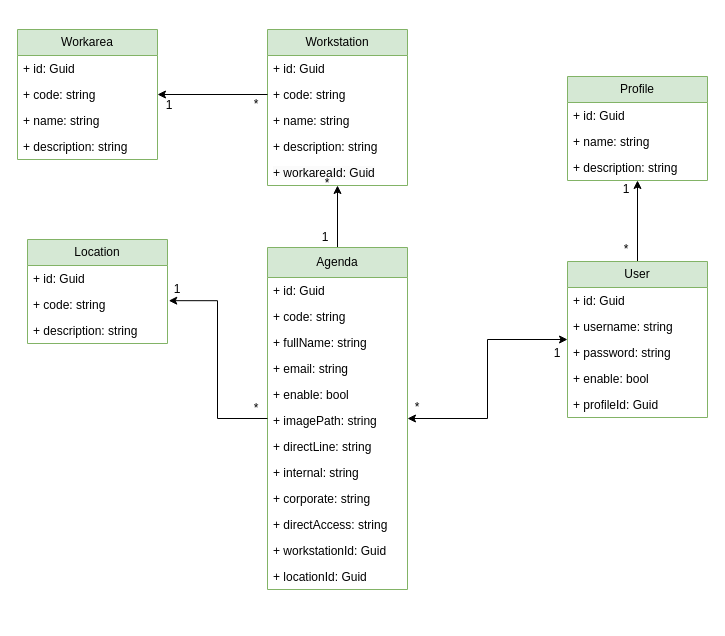
Before: src/MiasoftNanus.PhoneBook.Domain/PhoneBookModel.drawio in mabalderramav/MiasoftNanusPhoneBook, a draw.io diagram. Source tidied: cells renumbered, new cells numbered last; positions are measured from the earlier drawing's top-left corner, leaving out a move shared by most shapes. Both pictures are drawn from the tidied source at 100%, with x=0, y=0 at pixel (17, 29).
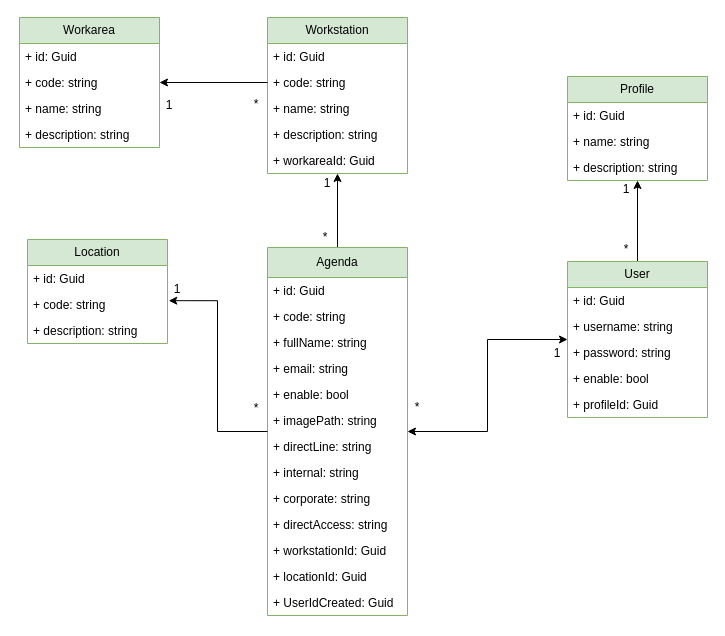
The same diagram, later.

The edit, as a diff of the source:
```diff
@@
     <mxCell id="3" value="Agenda" style="swimlane;fontStyle=0;horizontal=1;startSize=30;fillColor=#d5e8d4;whiteSpace=wrap;html=1;strokeColor=#82b366;" parent="1" vertex="1">
-      <mxGeometry x="250" y="218" width="140" height="342" as="geometry" />
+      <mxGeometry x="250" y="218" width="140" height="368" as="geometry" />
     </mxCell>
@@
+    <mxCell id="55" value="+ UserIdCreated: Guid" style="text;strokeColor=none;fillColor=none;align=left;verticalAlign=top;spacingLeft=4;spacingRight=4;overflow=hidden;whiteSpace=wrap;html=1;" parent="3" vertex="1">
+      <mxGeometry y="342" width="140" height="26" as="geometry" />
+    </mxCell>
     <mxCell id="16" value="Workarea" style="swimlane;fontStyle=0;horizontal=1;startSize=26;fillColor=#d5e8d4;whiteSpace=wrap;html=1;strokeColor=#82b366;" parent="1" vertex="1">
-      <mxGeometry width="140" height="130" as="geometry" />
+      <mxGeometry x="2" y="-12" width="140" height="130" as="geometry" />
     </mxCell>
@@
     <mxCell id="21" value="Workstation" style="swimlane;fontStyle=0;horizontal=1;startSize=26;whiteSpace=wrap;html=1;fillColor=#d5e8d4;strokeColor=#82b366;" parent="1" vertex="1">
-      <mxGeometry x="250" width="140" height="156" as="geometry" />
+      <mxGeometry x="250" y="-12" width="140" height="156" as="geometry" />
     </mxCell>
@@
-    <mxCell id="46" value="1" style="text;html=1;strokeColor=none;fillColor=none;align=center;verticalAlign=middle;whiteSpace=wrap;rounded=0;" parent="1" vertex="1">
+    <mxCell id="46" value="*" style="text;html=1;strokeColor=none;fillColor=none;align=center;verticalAlign=middle;whiteSpace=wrap;rounded=0;" parent="1" vertex="1">
       <mxGeometry x="298" y="198" width="20" height="20" as="geometry" />
     </mxCell>
-    <mxCell id="47" value="*" style="text;html=1;strokeColor=none;fillColor=none;align=center;verticalAlign=middle;whiteSpace=wrap;rounded=0;" parent="1" vertex="1">
+    <mxCell id="47" value="1" style="text;html=1;strokeColor=none;fillColor=none;align=center;verticalAlign=middle;whiteSpace=wrap;rounded=0;" parent="1" vertex="1">
       <mxGeometry x="300" y="144" width="20" height="20" as="geometry" />
     </mxCell>
```
